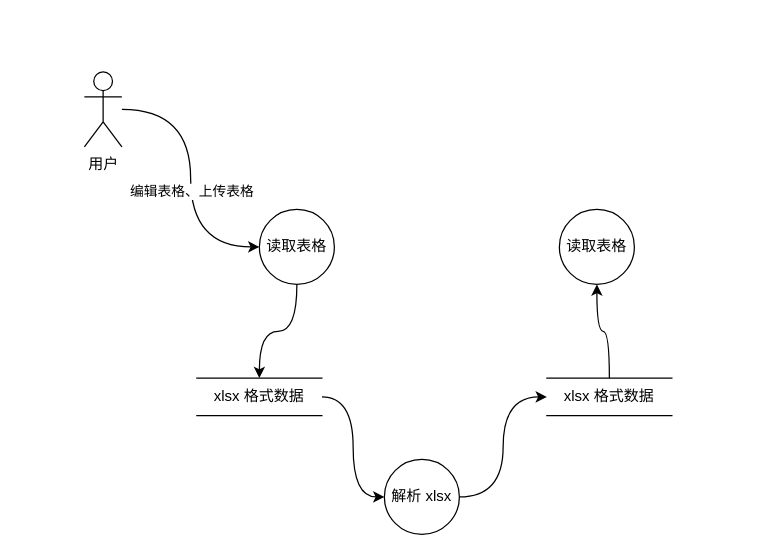
Before: map/swms-dataflow.drawio in msqtt/Sources, a draw.io diagram. Source tidied: cells renumbered, new cells numbered last; positions are measured from the earlier drawing's top-left corner, leaving out a move shared by most shapes. Both pictures are drawn from the tidied source at 125%, with x=0, y=0 at pixel (84, 71).
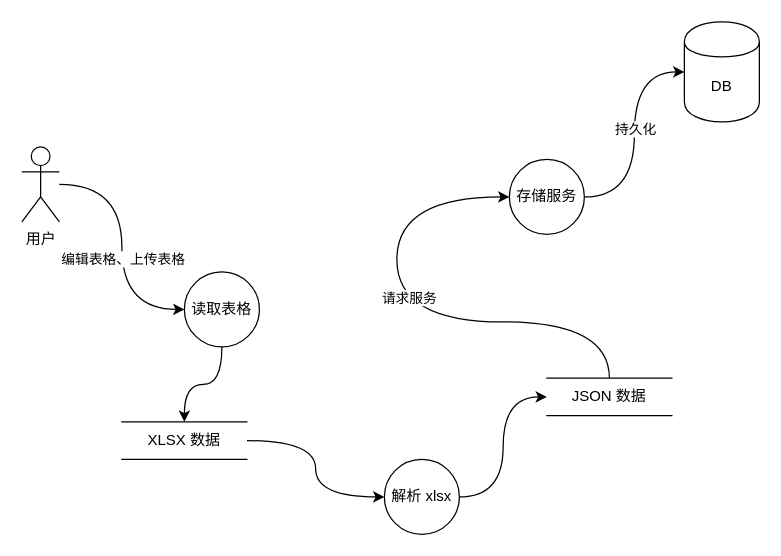
The same page after the edit.

Diff of the diagram source:
```diff
@@
     <mxCell id="4" value="用户" style="shape=umlActor;verticalLabelPosition=bottom;verticalAlign=top;html=1;outlineConnect=0;" parent="1" vertex="1">
-      <mxGeometry width="30" height="60" as="geometry" />
+      <mxGeometry x="-50" y="60" width="30" height="60" as="geometry" />
     </mxCell>
@@
     <mxCell id="6" value="读取表格" style="shape=ellipse;html=1;dashed=0;whiteSpace=wrap;perimeter=ellipsePerimeter;" parent="1" vertex="1">
-      <mxGeometry x="140" y="110" width="60" height="60" as="geometry" />
+      <mxGeometry x="80" y="160" width="60" height="60" as="geometry" />
     </mxCell>
@@
-    <mxCell id="10" value="xlsx 格式数据" style="html=1;dashed=0;whiteSpace=wrap;shape=partialRectangle;right=0;left=0;" parent="1" vertex="1">
-      <mxGeometry x="90" y="245" width="100" height="30" as="geometry" />
+    <mxCell id="10" value="XLSX 数据" style="html=1;dashed=0;whiteSpace=wrap;shape=partialRectangle;right=0;left=0;" parent="1" vertex="1">
+      <mxGeometry x="30" y="280" width="100" height="30" as="geometry" />
     </mxCell>
     <mxCell id="11" style="edgeStyle=orthogonalEdgeStyle;rounded=0;jettySize=auto;html=1;curved=1;" parent="1" edge="1" source="12" target="13">
-      <mxGeometry relative="1" as="geometry" />
+      <mxGeometry relative="1" as="geometry">
+        <Array as="points">
+          <mxPoint x="420" y="200" />
+          <mxPoint x="250" y="200" />
+        </Array>
+      </mxGeometry>
     </mxCell>
+    <mxCell id="14" value="请求服务" style="edgeLabel;html=1;align=center;verticalAlign=middle;" parent="11" vertex="1">
+      <mxGeometry x="-0.21" y="4" relative="1" as="geometry">
+        <mxPoint x="-46" y="-24" as="offset" />
+      </mxGeometry>
+    </mxCell>
-    <mxCell id="12" value="xlsx 格式数据" style="html=1;dashed=0;whiteSpace=wrap;shape=partialRectangle;right=0;left=0;" parent="1" vertex="1">
+    <mxCell id="12" value="JSON 数据" style="html=1;dashed=0;whiteSpace=wrap;shape=partialRectangle;right=0;left=0;" parent="1" vertex="1">
       <mxGeometry x="370" y="245" width="100" height="30" as="geometry" />
     </mxCell>
+    <mxCell id="15" style="edgeStyle=orthogonalEdgeStyle;rounded=0;jettySize=auto;html=1;entryX=0;entryY=0.5;entryDx=0;entryDy=0;curved=1;" parent="1" edge="1" source="13" target="17">
+      <mxGeometry relative="1" as="geometry" />
+    </mxCell>
+    <mxCell id="16" value="持久化" style="edgeLabel;html=1;align=center;verticalAlign=middle;" parent="15" vertex="1">
+      <mxGeometry x="0.06" relative="1" as="geometry" />
+    </mxCell>
-    <mxCell id="13" value="读取表格" style="shape=ellipse;html=1;dashed=0;whiteSpace=wrap;perimeter=ellipsePerimeter;" parent="1" vertex="1">
-      <mxGeometry x="380" y="110" width="60" height="60" as="geometry" />
+    <mxCell id="13" value="存储服务" style="shape=ellipse;html=1;dashed=0;whiteSpace=wrap;perimeter=ellipsePerimeter;" parent="1" vertex="1">
+      <mxGeometry x="340" y="70" width="60" height="60" as="geometry" />
     </mxCell>
+    <mxCell id="17" value="DB" style="shape=cylinder;whiteSpace=wrap;html=1;boundedLbl=1;backgroundOutline=1;" parent="1" vertex="1">
+      <mxGeometry x="480" y="-40" width="60" height="80" as="geometry" />
+    </mxCell>
```
